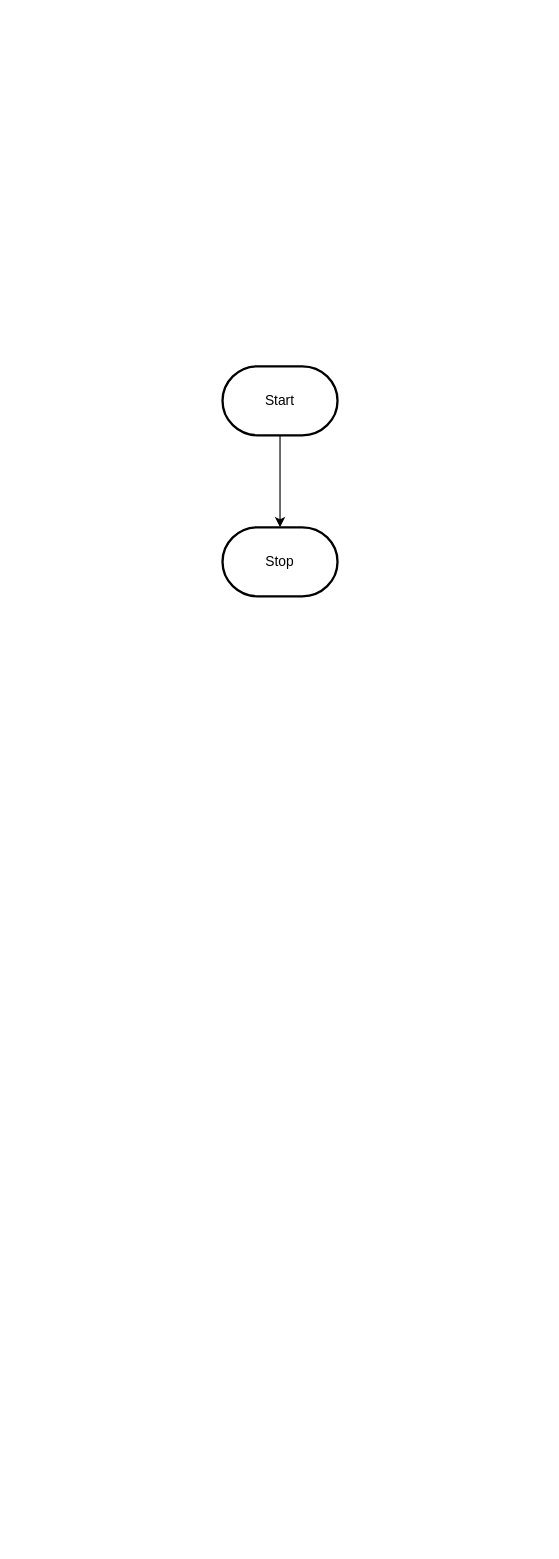
Above: design/flowchart.drawio in MTHS-ICD2O-1-2023/ICD2O-Unit-6-02-kai-nguyen-4 (draw.io), before the change. Source tidied: cells renumbered, new cells numbered last; positions are measured from the earlier drawing's top-left corner, leaving out a move shared by most shapes. Both pictures are drawn from the tidied source at 115%, with x=0, y=0 at pixel (222, 366).
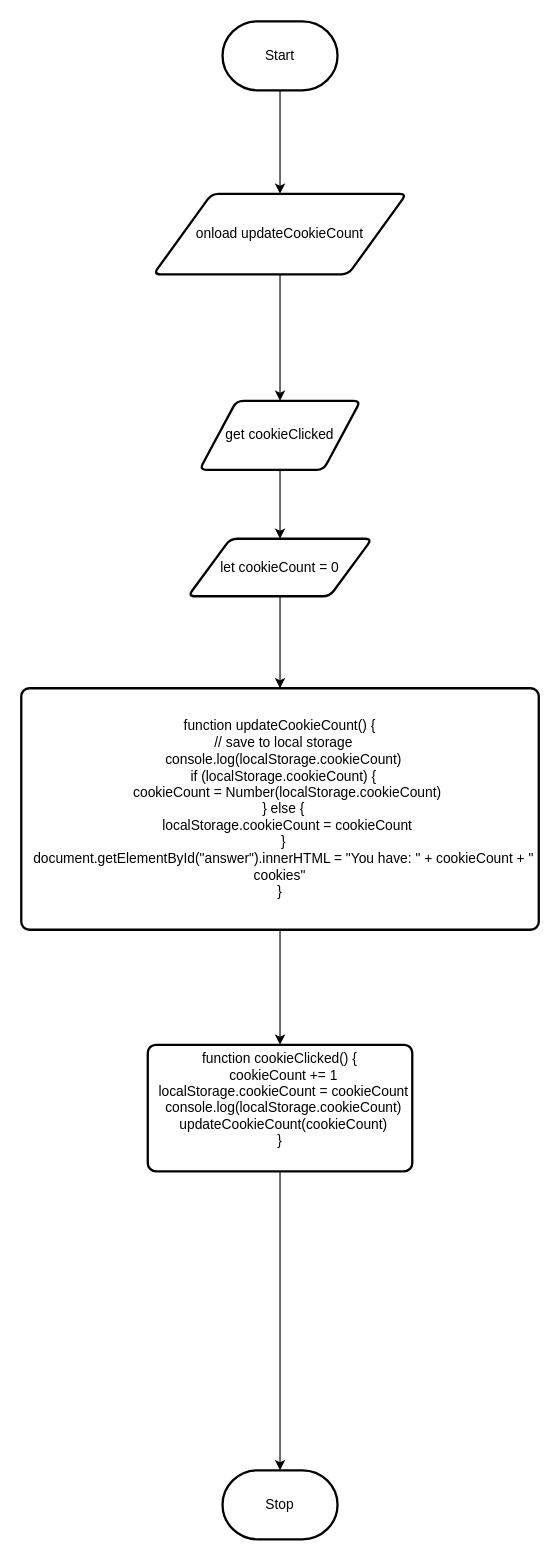
Above is the later version.

The edit, as a diff of the source:
```diff
@@
 <mxGraphModel>
   <root>
     <mxCell id="0" />
     <mxCell id="1" parent="0" />
-    <mxCell id="2" style="edgeStyle=orthogonalEdgeStyle;html=1;rounded=0;" parent="1" edge="1" source="3" target="4">
-      <mxGeometry relative="1" as="geometry" />
-    </mxCell>
+    <mxCell id="5" style="edgeStyle=none;html=1;entryX=0.5;entryY=0;entryDx=0;entryDy=0;" parent="1" edge="1" source="3" target="8">
+      <mxGeometry relative="1" as="geometry" />
+    </mxCell>
     <mxCell id="3" value="Start" style="strokeWidth=2;html=1;shape=mxgraph.flowchart.terminator;whiteSpace=wrap;" parent="1" vertex="1">
-      <mxGeometry width="100" height="60" as="geometry" />
+      <mxGeometry y="-300" width="100" height="60" as="geometry" />
     </mxCell>
     <mxCell id="4" value="Stop" style="strokeWidth=2;html=1;shape=mxgraph.flowchart.terminator;whiteSpace=wrap;" parent="1" vertex="1">
-      <mxGeometry y="140" width="100" height="60" as="geometry" />
+      <mxGeometry y="960" width="100" height="60" as="geometry" />
     </mxCell>
+    <mxCell id="6" style="edgeStyle=none;html=1;entryX=0.5;entryY=0;entryDx=0;entryDy=0;" parent="1" edge="1" source="2" target="10">
+      <mxGeometry relative="1" as="geometry" />
+    </mxCell>
+    <mxCell id="2" value="get cookieClicked" style="shape=parallelogram;html=1;strokeWidth=2;perimeter=parallelogramPerimeter;whiteSpace=wrap;rounded=1;arcSize=12;size=0.23;" parent="1" vertex="1">
+      <mxGeometry x="-20" y="30" width="140" height="60" as="geometry" />
+    </mxCell>
+    <mxCell id="7" style="edgeStyle=none;html=1;entryX=0.5;entryY=0;entryDx=0;entryDy=0;" parent="1" edge="1" source="8" target="2">
+      <mxGeometry relative="1" as="geometry" />
+    </mxCell>
+    <mxCell id="8" value="onload updateCookieCount" style="shape=parallelogram;html=1;strokeWidth=2;perimeter=parallelogramPerimeter;whiteSpace=wrap;rounded=1;arcSize=12;size=0.23;" parent="1" vertex="1">
+      <mxGeometry x="-60" y="-150" width="220" height="70" as="geometry" />
+    </mxCell>
+    <mxCell id="9" style="edgeStyle=none;html=1;" parent="1" edge="1" source="10" target="12">
+      <mxGeometry relative="1" as="geometry" />
+    </mxCell>
+    <mxCell id="10" value="let cookieCount = 0" style="shape=parallelogram;html=1;strokeWidth=2;perimeter=parallelogramPerimeter;whiteSpace=wrap;rounded=1;arcSize=12;size=0.23;" parent="1" vertex="1">
+      <mxGeometry x="-30" y="150" width="160" height="50" as="geometry" />
+    </mxCell>
+    <mxCell id="11" style="edgeStyle=none;html=1;" parent="1" edge="1" source="12" target="14">
+      <mxGeometry relative="1" as="geometry" />
+    </mxCell>
+    <mxCell id="12" value="&lt;div&gt;function updateCookieCount() {&lt;/div&gt;&lt;div&gt;&amp;nbsp; // save to local storage&lt;/div&gt;&lt;div&gt;&amp;nbsp; console.log(localStorage.cookieCount)&lt;/div&gt;&lt;div&gt;&amp;nbsp; if (localStorage.cookieCount) {&lt;/div&gt;&lt;div&gt;&amp;nbsp; &amp;nbsp; cookieCount = Number(localStorage.cookieCount)&lt;/div&gt;&lt;div&gt;&amp;nbsp; } else {&lt;/div&gt;&lt;div&gt;&amp;nbsp; &amp;nbsp; localStorage.cookieCount = cookieCount&lt;/div&gt;&lt;div&gt;&amp;nbsp; }&lt;/div&gt;&lt;div&gt;&amp;nbsp; document.getElementById(&quot;answer&quot;).innerHTML = &quot;You have: &quot; + cookieCount + &quot; cookies&quot;&lt;/div&gt;&lt;div&gt;}&lt;/div&gt;" style="rounded=1;whiteSpace=wrap;html=1;absoluteArcSize=1;arcSize=14;strokeWidth=2;" parent="1" vertex="1">
+      <mxGeometry x="-175" y="280" width="450" height="210" as="geometry" />
+    </mxCell>
+    <mxCell id="13" style="edgeStyle=none;html=1;entryX=0.5;entryY=0;entryDx=0;entryDy=0;entryPerimeter=0;" parent="1" edge="1" source="14" target="4">
+      <mxGeometry relative="1" as="geometry" />
+    </mxCell>
+    <mxCell id="14" value="&lt;div&gt;function cookieClicked() {&lt;/div&gt;&lt;div&gt;&amp;nbsp; cookieCount += 1&lt;/div&gt;&lt;div&gt;&amp;nbsp; localStorage.cookieCount = cookieCount&lt;/div&gt;&lt;div&gt;&amp;nbsp; console.log(localStorage.cookieCount)&lt;/div&gt;&lt;div&gt;&amp;nbsp; updateCookieCount(cookieCount)&lt;/div&gt;&lt;div&gt;}&lt;/div&gt;&lt;div&gt;&lt;br&gt;&lt;/div&gt;" style="rounded=1;whiteSpace=wrap;html=1;absoluteArcSize=1;arcSize=14;strokeWidth=2;" parent="1" vertex="1">
+      <mxGeometry x="-65" y="590" width="230" height="110" as="geometry" />
+    </mxCell>
   </root>
 </mxGraphModel>
```
